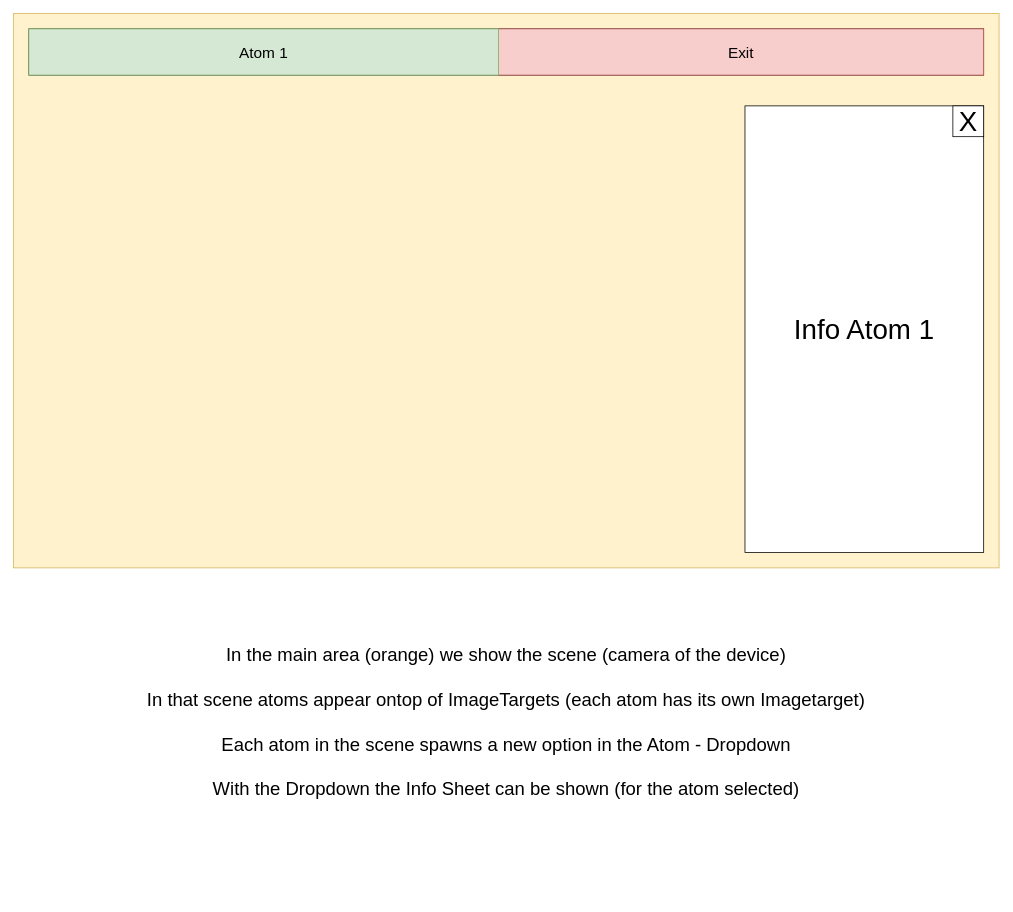
Earlier version of the draw.io diagram page "Atom" (2 of 4) of Planning/UX.drawio (KH241/Krypton). Source tidied: cells renumbered, new cells numbered last; positions are measured from the earlier drawing's top-left corner, leaving out a move shared by most shapes. Both pictures are drawn from the tidied source at 77%, with x=0, y=0 at pixel (13, 13).
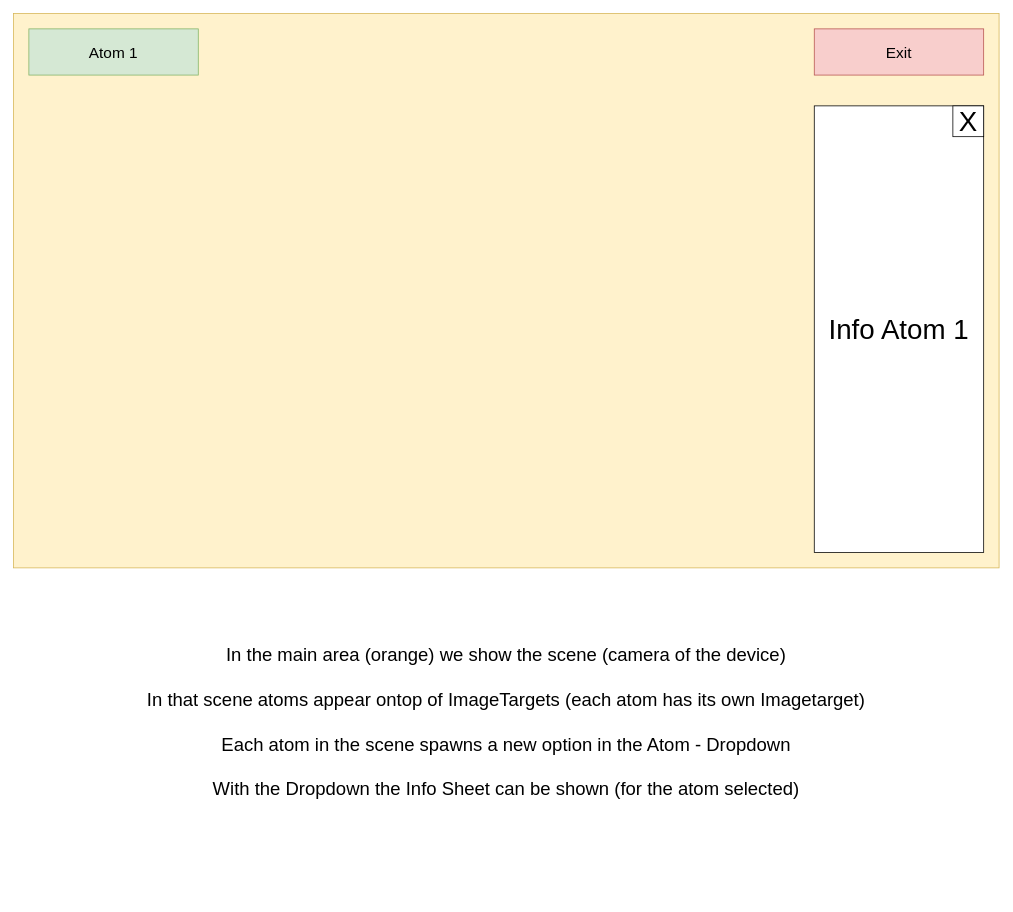
The same page after the edit.

What changed in the source:
```diff
@@
 <mxGraphModel>
   <root>
     <mxCell id="0" />
     <mxCell id="1" parent="0" />
     <mxCell id="2" style="rounded=0;whiteSpace=wrap;html=1;fillColor=#fff2cc;strokeColor=#d6b656;" parent="1" vertex="1">
       <mxGeometry width="1280" height="720" as="geometry" />
     </mxCell>
-    <mxCell id="3" style="rounded=0;whiteSpace=wrap;html=1;" parent="1" vertex="1">
-      <mxGeometry x="20" y="20" width="1240" height="60" as="geometry" />
-    </mxCell>
     <mxCell id="4" value="Exit" style="rounded=0;whiteSpace=wrap;html=1;fontSize=20;fillColor=#f8cecc;strokeColor=#b85450;" parent="1" vertex="1">
-      <mxGeometry x="630" y="20" width="630" height="60" as="geometry" />
+      <mxGeometry x="1040" y="20" width="220" height="60" as="geometry" />
     </mxCell>
     <mxCell id="5" value="Atom 1" style="rounded=0;whiteSpace=wrap;html=1;fontSize=20;fillColor=#d5e8d4;strokeColor=#82b366;" parent="1" vertex="1">
-      <mxGeometry x="20" y="20" width="610" height="60" as="geometry" />
+      <mxGeometry x="20" y="20" width="220" height="60" as="geometry" />
     </mxCell>
     <mxCell id="6" value="Info Atom 1" style="rounded=0;whiteSpace=wrap;html=1;fontSize=36;" parent="1" vertex="1">
-      <mxGeometry x="950" y="120" width="310" height="580" as="geometry" />
+      <mxGeometry x="1040" y="120" width="220" height="580" as="geometry" />
     </mxCell>
     <mxCell id="7" value="X" style="rounded=0;whiteSpace=wrap;html=1;fontSize=36;" parent="1" vertex="1">
       <mxGeometry x="1220" y="120" width="40" height="40" as="geometry" />
     </mxCell>
     <mxCell id="8" value="In the main area (orange) we show the scene (camera of the device)&lt;br style=&quot;font-size: 24px;&quot;&gt;&lt;br style=&quot;font-size: 24px;&quot;&gt;In that scene atoms appear ontop of ImageTargets (each atom has its own Imagetarget)&lt;br style=&quot;font-size: 24px;&quot;&gt;&lt;br style=&quot;font-size: 24px;&quot;&gt;Each atom in the scene spawns a new option in the Atom - Dropdown&lt;br style=&quot;font-size: 24px;&quot;&gt;&lt;br style=&quot;font-size: 24px;&quot;&gt;With the Dropdown the Info Sheet can be shown (for the atom selected)&lt;br style=&quot;font-size: 24px;&quot;&gt;&amp;nbsp;" style="text;html=1;strokeColor=none;fillColor=none;align=center;verticalAlign=middle;whiteSpace=wrap;rounded=0;fontSize=24;" parent="1" vertex="1">
       <mxGeometry y="720" width="1280" height="430" as="geometry" />
     </mxCell>
   </root>
 </mxGraphModel>
```
